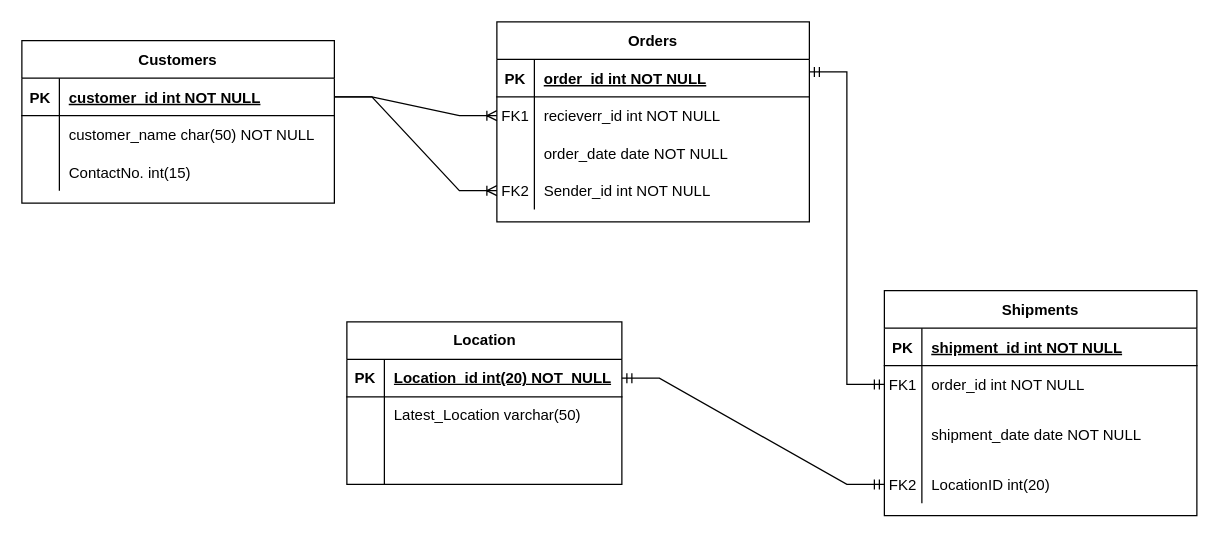
This is Untitled Diagram.drawio from PeddiSaiPreetham/TW, a draw.io file, before an edit. Source tidied: cells renumbered, new cells numbered last; positions are measured from the earlier drawing's top-left corner, leaving out a move shared by most shapes. Both pictures are drawn from the tidied source at 125%, with x=0, y=0 at pixel (21, 21).
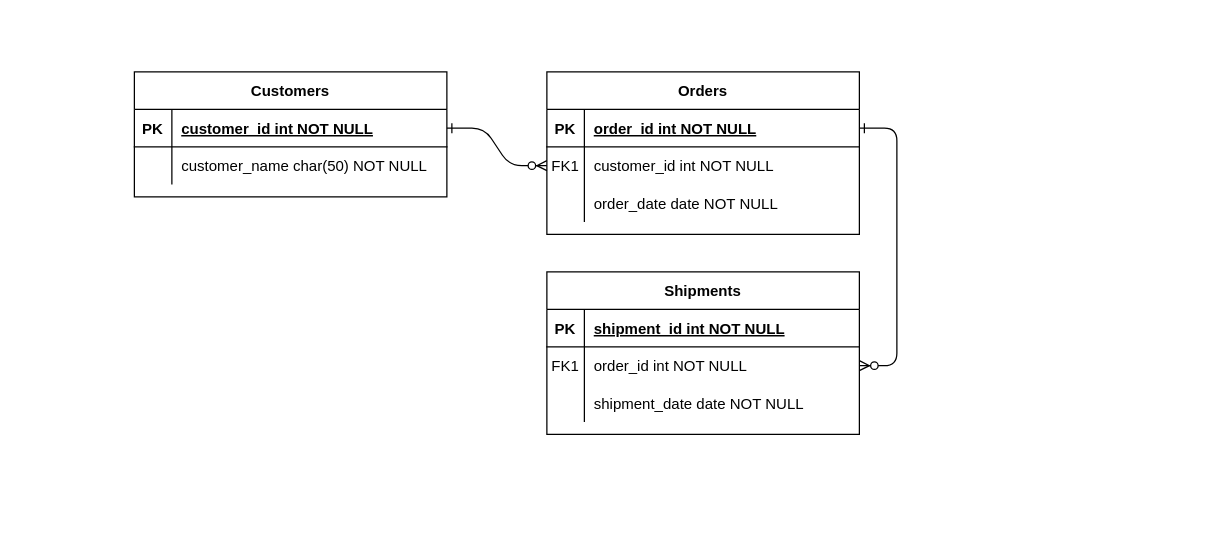
The same page after the edit.

Unchanged cells that the change refers to:
```xml
<mxCell id="3" style="shape=partialRectangle;fillColor=none;points=[[0,0.5],[1,0.5]];portConstraint=eastwest;top=0;left=0;right=0;bottom=1;" parent="2" vertex="1">
  <mxGeometry y="30" width="250" height="30" as="geometry" />
</mxCell>
<mxCell id="6" style="shape=partialRectangle;fillColor=none;points=[[0,0.5],[1,0.5]];portConstraint=eastwest;top=0;left=0;right=0;bottom=0;" parent="2" vertex="1">
  <mxGeometry y="60" width="250" height="30" as="geometry" />
</mxCell>
<mxCell id="19" style="shape=partialRectangle;fillColor=none;points=[[0,0.5],[1,0.5]];portConstraint=eastwest;top=0;left=0;right=0;bottom=0;" parent="15" vertex="1">
  <mxGeometry y="60" width="250" height="30" as="geometry" />
</mxCell>
<mxCell id="29" style="shape=partialRectangle;fillColor=none;points=[[0,0.5],[1,0.5]];portConstraint=eastwest;top=0;left=0;right=0;bottom=1;" parent="28" vertex="1">
  <mxGeometry y="30" width="250" height="30" as="geometry" />
</mxCell>
```

What changed in the source:
```diff
@@
+    <mxCell id="52" style="edgeStyle=entityRelationEdgeStyle;endArrow=ERzeroToMany;startArrow=ERone;endFill=1;startFill=0;" parent="1" edge="1" source="29" target="6">
+      <mxGeometry relative="1" as="geometry" />
+    </mxCell>
+    <mxCell id="55" style="edgeStyle=entityRelationEdgeStyle;endArrow=ERzeroToMany;startArrow=ERone;endFill=1;startFill=0;" parent="1" edge="1" source="3" target="19">
+      <mxGeometry relative="1" as="geometry" />
+    </mxCell>
     <mxCell id="2" value="Orders" style="shape=table;startSize=30;childLayout=tableLayout;rowLines=0;fontStyle=1;align=center;" parent="1" vertex="1">
-      <mxGeometry x="380" width="250" height="160" as="geometry" />
+      <mxGeometry x="420" y="40" width="250" height="130" as="geometry" />
     </mxCell>
@@
-    <mxCell id="8" value="recieverr_id int NOT NULL" style="shape=partialRectangle;overflow=hidden;fillColor=none;top=0;left=0;bottom=0;right=0;align=left;spacingLeft=6;" parent="6" vertex="1">
+    <mxCell id="8" value="customer_id int NOT NULL" style="shape=partialRectangle;overflow=hidden;fillColor=none;top=0;left=0;bottom=0;right=0;align=left;spacingLeft=6;" parent="6" vertex="1">
       <mxGeometry x="30" width="220" height="30" as="geometry" />
     </mxCell>
@@
-    <mxCell id="12" style="shape=tableRow;horizontal=0;startSize=0;swimlaneHead=0;swimlaneBody=0;fillColor=none;points=[[0,0.5],[1,0.5]];portConstraint=eastwest;top=0;left=0;right=0;bottom=0;" parent="2" vertex="1">
-      <mxGeometry y="120" width="250" height="30" as="geometry" />
-    </mxCell>
-    <mxCell id="13" value="FK2" style="shape=partialRectangle;fillColor=none;top=0;left=0;bottom=0;right=0;overflow=hidden;" parent="12" vertex="1">
-      <mxGeometry width="30" height="30" as="geometry" />
-    </mxCell>
-    <mxCell id="14" value="Sender_id int NOT NULL" style="shape=partialRectangle;fillColor=none;top=0;left=0;bottom=0;right=0;align=left;spacingLeft=6;overflow=hidden;" parent="12" vertex="1">
-      <mxGeometry x="30" width="220" height="30" as="geometry" />
-    </mxCell>
     <mxCell id="15" value="Shipments" style="shape=table;startSize=30;childLayout=tableLayout;rowLines=0;fontStyle=1;align=center;" parent="1" vertex="1">
-      <mxGeometry x="690" y="215" width="250" height="180" as="geometry" />
+      <mxGeometry x="420" y="200" width="250" height="130" as="geometry" />
     </mxCell>
@@
     <mxCell id="22" style="shape=partialRectangle;fillColor=none;top=0;left=0;right=0;bottom=0;" parent="15" vertex="1">
-      <mxGeometry y="90" width="250" height="50" as="geometry" />
+      <mxGeometry y="90" width="250" height="30" as="geometry" />
     </mxCell>
     <mxCell id="23" style="shape=partialRectangle;overflow=hidden;fillColor=none;top=0;left=0;bottom=0;right=0;" parent="22" vertex="1">
-      <mxGeometry width="30" height="50" as="geometry" />
+      <mxGeometry width="30" height="30" as="geometry" />
     </mxCell>
     <mxCell id="24" value="shipment_date date NOT NULL" style="shape=partialRectangle;overflow=hidden;fillColor=none;top=0;left=0;bottom=0;right=0;align=left;spacingLeft=6;" parent="22" vertex="1">
-      <mxGeometry x="30" width="220" height="50" as="geometry" />
+      <mxGeometry x="30" width="220" height="30" as="geometry" />
     </mxCell>
-    <mxCell id="25" style="shape=tableRow;horizontal=0;startSize=0;swimlaneHead=0;swimlaneBody=0;fillColor=none;points=[[0,0.5],[1,0.5]];portConstraint=eastwest;top=0;left=0;right=0;bottom=0;" parent="15" vertex="1">
-      <mxGeometry y="140" width="250" height="30" as="geometry" />
-    </mxCell>
-    <mxCell id="26" value="FK2" style="shape=partialRectangle;fillColor=none;top=0;left=0;bottom=0;right=0;overflow=hidden;" parent="25" vertex="1">
-      <mxGeometry width="30" height="30" as="geometry" />
-    </mxCell>
-    <mxCell id="27" value="LocationID int(20)" style="shape=partialRectangle;fillColor=none;top=0;left=0;bottom=0;right=0;align=left;spacingLeft=6;overflow=hidden;" parent="25" vertex="1">
-      <mxGeometry x="30" width="220" height="30" as="geometry" />
-    </mxCell>
     <mxCell id="28" value="Customers" style="shape=table;startSize=30;childLayout=tableLayout;rowLines=0;fontStyle=1;align=center;" parent="1" vertex="1">
-      <mxGeometry y="15" width="250" height="130" as="geometry" />
+      <mxGeometry x="90" y="40" width="250" height="100" as="geometry" />
     </mxCell>
@@
-    <mxCell id="35" style="shape=tableRow;horizontal=0;startSize=0;swimlaneHead=0;swimlaneBody=0;fillColor=none;top=0;left=0;right=0;bottom=0;" parent="28" vertex="1">
-      <mxGeometry y="90" width="250" height="30" as="geometry" />
-    </mxCell>
-    <mxCell id="36" style="shape=partialRectangle;fillColor=none;top=0;left=0;bottom=0;right=0;overflow=hidden;" parent="35" vertex="1">
-      <mxGeometry width="30" height="30" as="geometry" />
-    </mxCell>
-    <mxCell id="37" value="ContactNo. int(15)" style="shape=partialRectangle;fillColor=none;top=0;left=0;bottom=0;right=0;align=left;spacingLeft=6;overflow=hidden;" parent="35" vertex="1">
-      <mxGeometry x="30" width="220" height="30" as="geometry" />
-    </mxCell>
-    <mxCell id="38" value="Location" style="shape=table;startSize=30;childLayout=tableLayout;rowLines=0;fontStyle=1;align=center;html=1;" parent="1" vertex="1">
-      <mxGeometry x="260" y="240" width="220" height="130" as="geometry" />
-    </mxCell>
-    <mxCell id="39" style="shape=tableRow;horizontal=0;startSize=0;swimlaneHead=0;swimlaneBody=0;fillColor=none;points=[[0,0.5],[1,0.5]];portConstraint=eastwest;top=0;left=0;right=0;bottom=1;" parent="38" vertex="1">
-      <mxGeometry y="30" width="220" height="30" as="geometry" />
-    </mxCell>
-    <mxCell id="40" value="PK" style="shape=partialRectangle;fillColor=none;top=0;left=0;bottom=0;right=0;fontStyle=1;overflow=hidden;whiteSpace=wrap;html=1;" parent="39" vertex="1">
-      <mxGeometry width="30" height="30" as="geometry" />
-    </mxCell>
-    <mxCell id="41" value="Location_id int(20) NOT_NULL" style="shape=partialRectangle;fillColor=none;top=0;left=0;bottom=0;right=0;align=left;spacingLeft=6;fontStyle=5;overflow=hidden;whiteSpace=wrap;html=1;" parent="39" vertex="1">
-      <mxGeometry x="30" width="190" height="30" as="geometry" />
-    </mxCell>
-    <mxCell id="42" style="shape=tableRow;horizontal=0;startSize=0;swimlaneHead=0;swimlaneBody=0;fillColor=none;top=0;left=0;right=0;bottom=0;" parent="38" vertex="1">
-      <mxGeometry y="60" width="220" height="30" as="geometry" />
-    </mxCell>
-    <mxCell id="43" style="shape=partialRectangle;fillColor=none;top=0;left=0;bottom=0;right=0;overflow=hidden;whiteSpace=wrap;html=1;" parent="42" vertex="1">
-      <mxGeometry width="30" height="30" as="geometry" />
-    </mxCell>
-    <mxCell id="44" value="Latest_Location varchar(50)" style="shape=partialRectangle;fillColor=none;top=0;left=0;bottom=0;right=0;align=left;spacingLeft=6;overflow=hidden;whiteSpace=wrap;html=1;" parent="42" vertex="1">
-      <mxGeometry x="30" width="190" height="30" as="geometry" />
-    </mxCell>
-    <mxCell id="45" style="shape=tableRow;horizontal=0;startSize=0;swimlaneHead=0;swimlaneBody=0;fillColor=none;top=0;left=0;right=0;bottom=0;" parent="38" vertex="1">
-      <mxGeometry y="90" width="220" height="20" as="geometry" />
-    </mxCell>
-    <mxCell id="46" style="shape=partialRectangle;fillColor=none;top=0;left=0;bottom=0;right=0;overflow=hidden;whiteSpace=wrap;html=1;" parent="45" vertex="1">
-      <mxGeometry width="30" height="20" as="geometry" />
-    </mxCell>
-    <mxCell id="47" style="shape=partialRectangle;fillColor=none;top=0;left=0;bottom=0;right=0;align=left;spacingLeft=6;overflow=hidden;whiteSpace=wrap;html=1;" parent="45" vertex="1">
-      <mxGeometry x="30" width="190" height="20" as="geometry" />
-    </mxCell>
-    <mxCell id="48" style="shape=tableRow;horizontal=0;startSize=0;swimlaneHead=0;swimlaneBody=0;fillColor=none;top=0;left=0;right=0;bottom=0;" parent="38" vertex="1">
-      <mxGeometry y="110" width="220" height="20" as="geometry" />
-    </mxCell>
-    <mxCell id="49" style="shape=partialRectangle;fillColor=none;top=0;left=0;bottom=0;right=0;overflow=hidden;whiteSpace=wrap;html=1;" parent="48" vertex="1">
-      <mxGeometry width="30" height="20" as="geometry" />
-    </mxCell>
-    <mxCell id="50" style="shape=partialRectangle;fillColor=none;top=0;left=0;bottom=0;right=0;align=left;spacingLeft=6;overflow=hidden;whiteSpace=wrap;html=1;" parent="48" vertex="1">
-      <mxGeometry x="30" width="190" height="20" as="geometry" />
-    </mxCell>
-    <mxCell id="51" style="edgeStyle=entityRelationEdgeStyle;fontSize=12;html=1;endArrow=ERoneToMany;rounded=0;exitX=1;exitY=0.5;exitDx=0;exitDy=0;" parent="1" edge="1" source="29" target="12">
-      <mxGeometry relative="1" as="geometry" />
-    </mxCell>
-    <mxCell id="52" style="edgeStyle=entityRelationEdgeStyle;fontSize=12;html=1;endArrow=ERoneToMany;rounded=0;entryX=0;entryY=0.5;entryDx=0;entryDy=0;exitX=1;exitY=0.5;exitDx=0;exitDy=0;" parent="1" edge="1" source="29" target="6">
-      <mxGeometry relative="1" as="geometry" />
-    </mxCell>
-    <mxCell id="53" style="edgeStyle=entityRelationEdgeStyle;fontSize=12;html=1;endArrow=ERmandOne;startArrow=ERmandOne;rounded=0;entryX=0;entryY=0.5;entryDx=0;entryDy=0;exitX=1;exitY=0.25;exitDx=0;exitDy=0;" parent="1" edge="1" source="2" target="19">
-      <mxGeometry relative="1" as="geometry">
-        <Array as="points">
-          <mxPoint x="760" y="235" />
-          <mxPoint x="750" y="235" />
-          <mxPoint x="740" y="135" />
-          <mxPoint x="760" y="125" />
-          <mxPoint x="760" y="235" />
-        </Array>
-      </mxGeometry>
-    </mxCell>
-    <mxCell id="54" style="edgeStyle=entityRelationEdgeStyle;fontSize=12;html=1;endArrow=ERmandOne;startArrow=ERmandOne;rounded=0;entryX=0;entryY=0.5;entryDx=0;entryDy=0;exitX=1;exitY=0.5;exitDx=0;exitDy=0;" parent="1" edge="1" source="39" target="25">
-      <mxGeometry relative="1" as="geometry" />
-    </mxCell>
```
